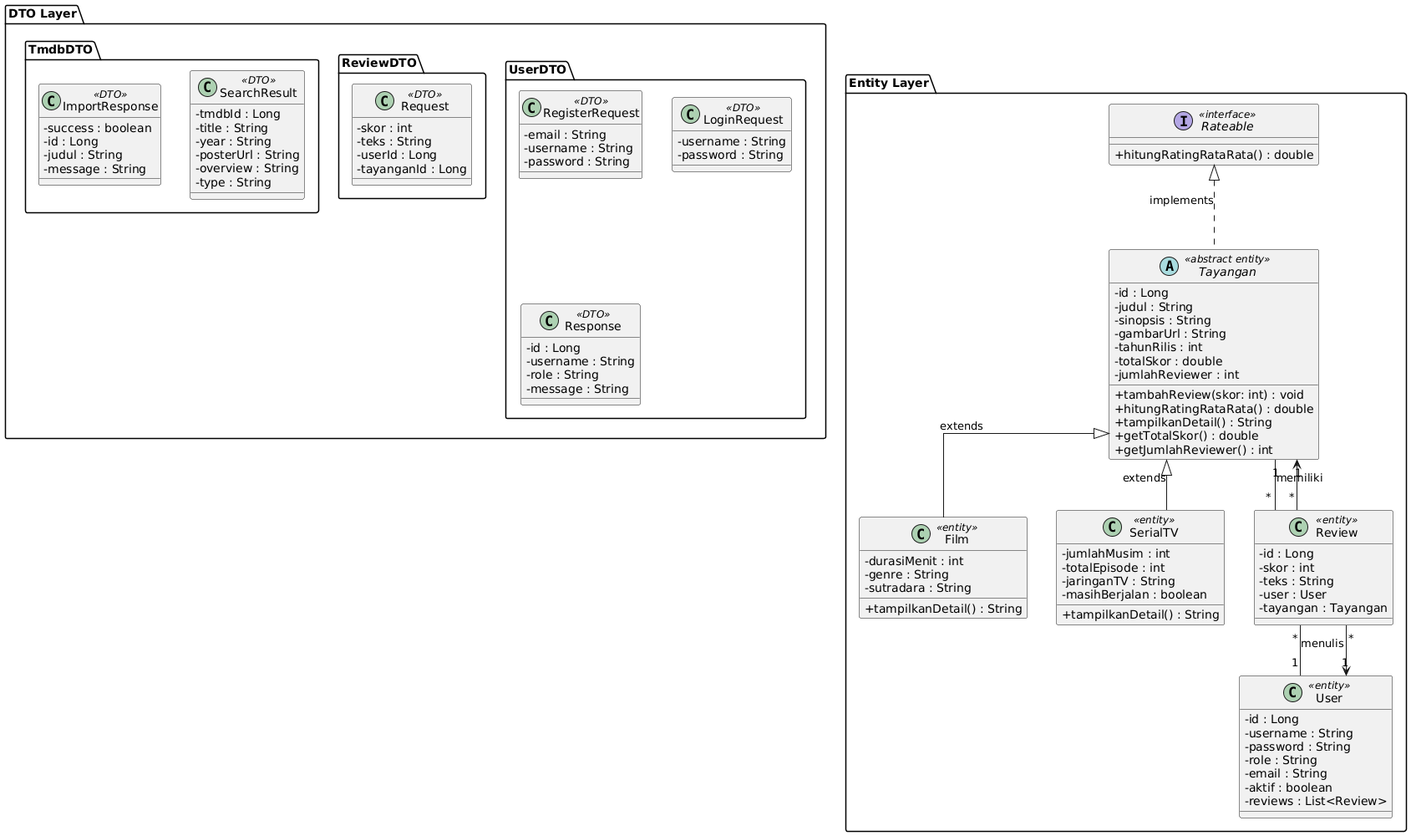
Above: docs/Domain Model.png in kemalzaki/AbsoluteCinema (PlantUML), before the change.
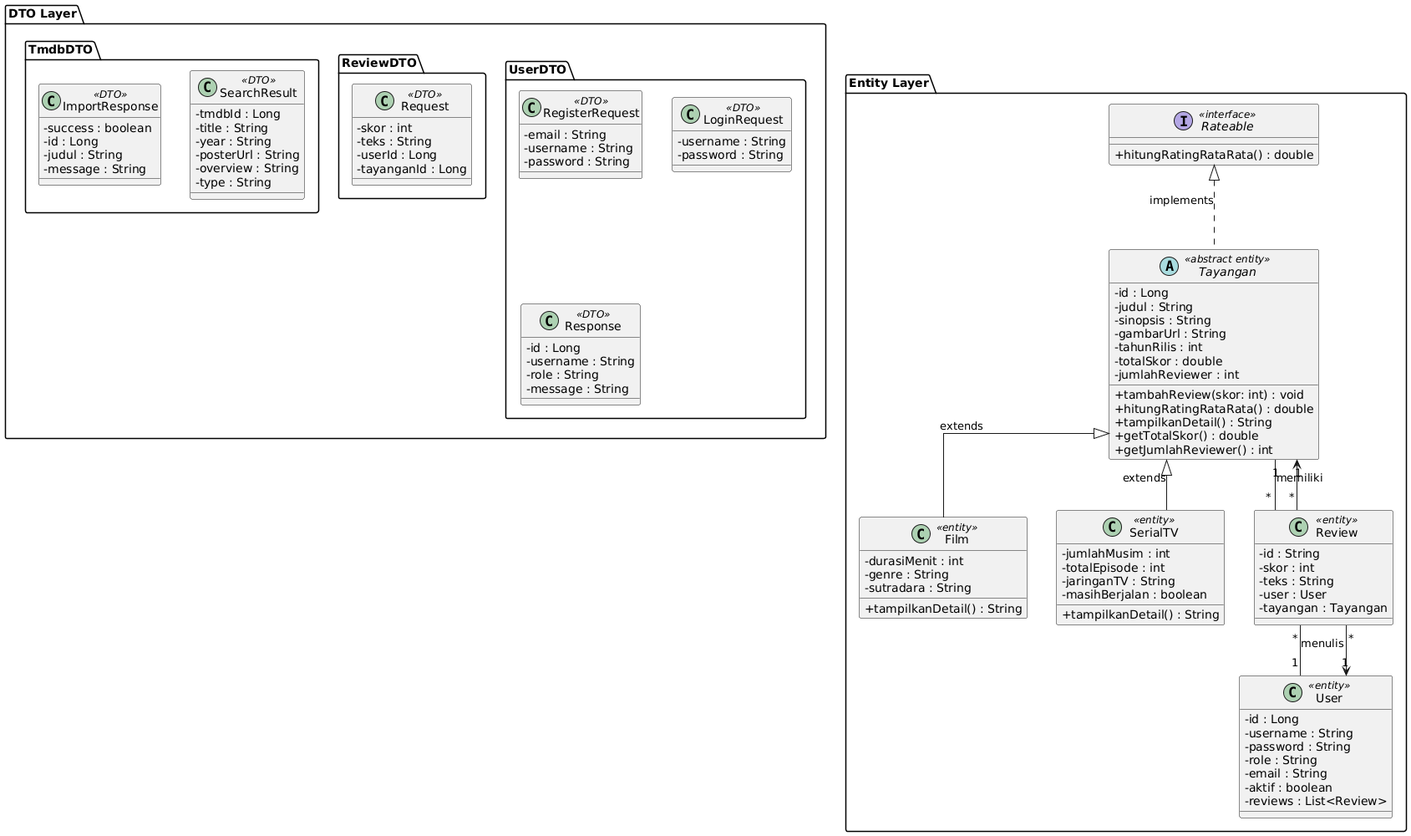
After the change.

Commit message:
chore: update API, Business Logic, and Domain Model images

What changed in the source:
```diff
@@ -48,7 +48,7 @@
     }
 
     class Review <<entity>> {
-        -id : Long
+        -id : String
         -skor : int
         -teks : String
         -user : User
```
